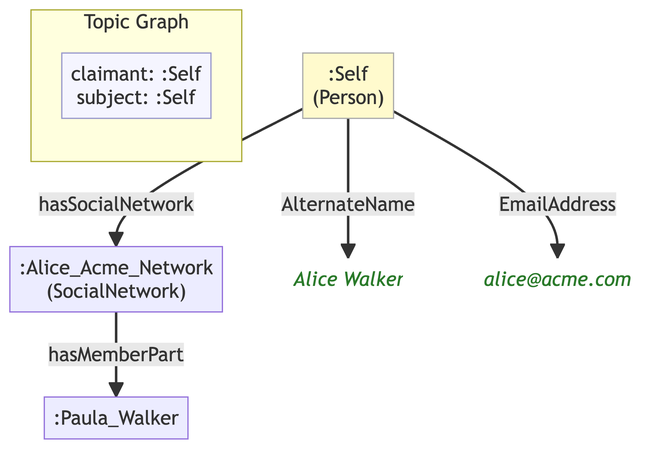
Earlier version of the Mermaid export example/graphs/images/graph-20.png (MeeFoundation/mia-ontologies). Its source is kept beside it as example/graphs/images/graph-20.mmd.
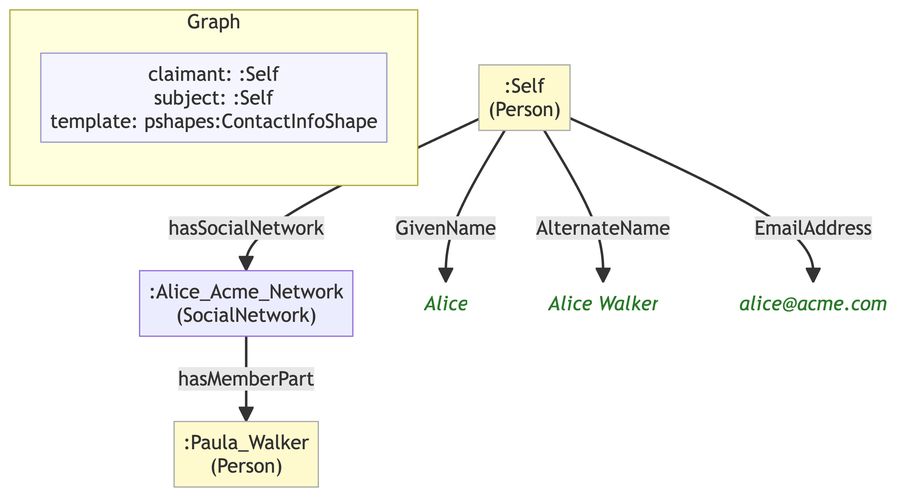
After the commit.

Diff of the diagram source:
```diff
@@ -1,22 +1,23 @@
 flowchart TD
     classDef person fill:#fffacd,stroke:#aaa,color:#333
-    classDef grp    fill:#d4edda,stroke:#aaa,color:#333
     classDef org    fill:#cce5ff,stroke:#aaa,color:#333
     classDef lit    fill:none,stroke:none,font-style:italic,color:#2a7a2a
     classDef meta   fill:#f5f5ff,stroke:#9999cc,color:#333
 
-    subgraph ctx["Topic Graph"]
+    subgraph ctx["Graph"]
         direction LR
-        ctx_meta["claimant: :Self\nsubject: :Self"]:::meta
+        ctx_meta["claimant: :Self\nsubject: :Self\ntemplate: pshapes:ContactInfoShape"]:::meta
     end
 
     n2ed3865285b0[":Alice_Acme_Network\n(SocialNetwork)"]
-    nb654756d5ced[":Paula_Walker"]
+    nf4296ab13de4[":Paula_Walker\n(Person)"]:::person
     ne0c3ba92f1db[":Self\n(Person)"]:::person
-    n7a23ae638ab2("Alice Walker"):::lit
-    n13be40399db7("alice@acme.com"):::lit
+    n967531f673ee("Alice"):::lit
+    n032b4cad0879("Alice Walker"):::lit
+    n006a3559c22c("alice@acme.com"):::lit
 
-    n2ed3865285b0 -->|"hasMemberPart"| nb654756d5ced
-    ne0c3ba92f1db -->|"AlternateName"| n7a23ae638ab2
-    ne0c3ba92f1db -->|"EmailAddress"| n13be40399db7
+    n2ed3865285b0 -->|"hasMemberPart"| nf4296ab13de4
+    ne0c3ba92f1db -->|"GivenName"| n967531f673ee
+    ne0c3ba92f1db -->|"AlternateName"| n032b4cad0879
+    ne0c3ba92f1db -->|"EmailAddress"| n006a3559c22c
     ne0c3ba92f1db -->|"hasSocialNetwork"| n2ed3865285b0
```
